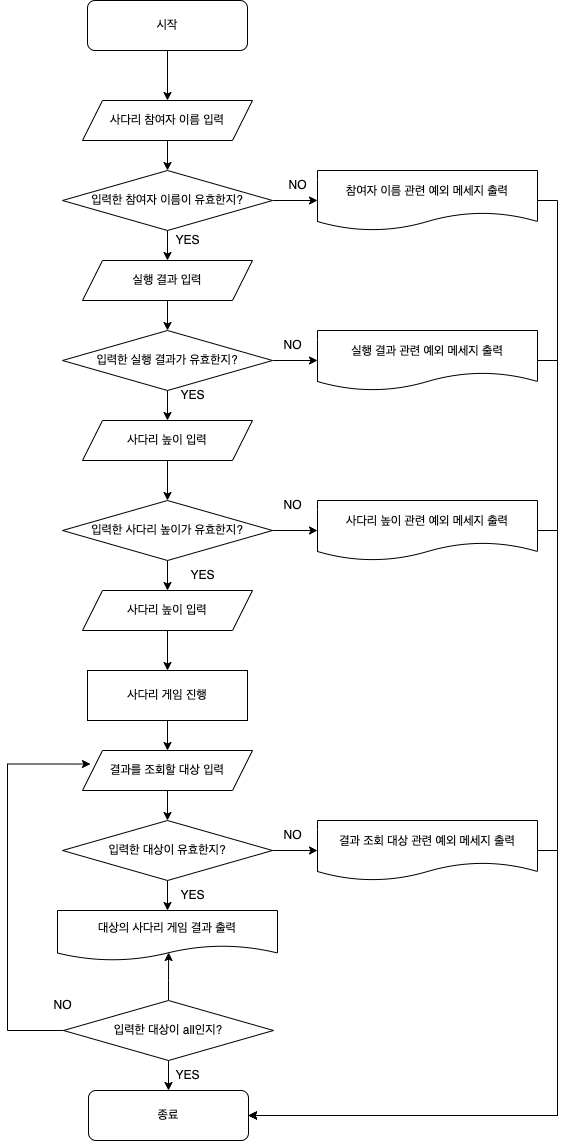
Before: docs/ladder.drawio.png, a diagram exported from draw.io (woowacourse/java-ladder). Source tidied: cells renumbered, new cells last; positions are measured from the earlier drawing's top-left corner, leaving out a move shared by most shapes. Source of this version:
```xml
<mxGraphModel>
  <root>
    <mxCell id="0" />
    <mxCell id="1" parent="0" />
    <mxCell id="2" style="edgeStyle=orthogonalEdgeStyle;rounded=0;jettySize=auto;html=1;exitX=0.5;exitY=1;exitDx=0;exitDy=0;entryX=0.5;entryY=0;entryDx=0;entryDy=0;" parent="1" edge="1" source="3" target="8">
      <mxGeometry relative="1" as="geometry" />
    </mxCell>
    <mxCell id="3" value="시작" style="rounded=1;whiteSpace=wrap;html=1;" parent="1" vertex="1">
      <mxGeometry x="80" width="160" height="50" as="geometry" />
    </mxCell>
    <mxCell id="4" style="edgeStyle=orthogonalEdgeStyle;rounded=0;jettySize=auto;html=1;exitX=1;exitY=0.5;exitDx=0;exitDy=0;entryX=0;entryY=0.5;entryDx=0;entryDy=0;" parent="1" edge="1" source="6" target="40">
      <mxGeometry relative="1" as="geometry" />
    </mxCell>
    <mxCell id="5" style="edgeStyle=orthogonalEdgeStyle;rounded=0;jettySize=auto;html=1;exitX=0.5;exitY=1;exitDx=0;exitDy=0;entryX=0.5;entryY=0;entryDx=0;entryDy=0;" parent="1" edge="1" source="6" target="15">
      <mxGeometry relative="1" as="geometry" />
    </mxCell>
    <mxCell id="6" value="입력한 참여자 이름이 유효한지?" style="rhombus;whiteSpace=wrap;html=1;" parent="1" vertex="1">
      <mxGeometry x="55" y="170" width="210" height="60" as="geometry" />
    </mxCell>
    <mxCell id="7" style="edgeStyle=orthogonalEdgeStyle;rounded=0;jettySize=auto;html=1;exitX=0.5;exitY=1;exitDx=0;exitDy=0;entryX=0.5;entryY=0;entryDx=0;entryDy=0;" parent="1" edge="1" source="8" target="6">
      <mxGeometry relative="1" as="geometry" />
    </mxCell>
    <mxCell id="8" value="사다리 참여자 이름 입력" style="shape=parallelogram;perimeter=parallelogramPerimeter;whiteSpace=wrap;html=1;fixedSize=1;" parent="1" vertex="1">
      <mxGeometry x="75" y="100" width="170" height="40" as="geometry" />
    </mxCell>
    <mxCell id="9" style="edgeStyle=orthogonalEdgeStyle;rounded=0;jettySize=auto;html=1;exitX=0.5;exitY=1;exitDx=0;exitDy=0;" parent="1" edge="1" source="10" target="13">
      <mxGeometry relative="1" as="geometry" />
    </mxCell>
    <mxCell id="10" value="사다리 높이 입력" style="shape=parallelogram;perimeter=parallelogramPerimeter;whiteSpace=wrap;html=1;fixedSize=1;" parent="1" vertex="1">
      <mxGeometry x="75" y="420" width="170" height="40" as="geometry" />
    </mxCell>
    <mxCell id="11" style="edgeStyle=orthogonalEdgeStyle;rounded=0;jettySize=auto;html=1;exitX=1;exitY=0.5;exitDx=0;exitDy=0;entryX=0;entryY=0.5;entryDx=0;entryDy=0;" parent="1" edge="1" source="13" target="34">
      <mxGeometry relative="1" as="geometry" />
    </mxCell>
    <mxCell id="12" style="edgeStyle=orthogonalEdgeStyle;rounded=0;jettySize=auto;html=1;exitX=0.5;exitY=1;exitDx=0;exitDy=0;entryX=0.5;entryY=0;entryDx=0;entryDy=0;" parent="1" edge="1" source="13" target="20">
      <mxGeometry relative="1" as="geometry" />
    </mxCell>
    <mxCell id="13" value="입력한 사다리 높이가 유효한지?" style="rhombus;whiteSpace=wrap;html=1;" parent="1" vertex="1">
      <mxGeometry x="55" y="500" width="210" height="60" as="geometry" />
    </mxCell>
    <mxCell id="14" style="edgeStyle=orthogonalEdgeStyle;rounded=0;jettySize=auto;html=1;exitX=0.5;exitY=1;exitDx=0;exitDy=0;" parent="1" edge="1" source="15" target="18">
      <mxGeometry relative="1" as="geometry" />
    </mxCell>
    <mxCell id="15" value="실행 결과 입력" style="shape=parallelogram;perimeter=parallelogramPerimeter;whiteSpace=wrap;html=1;fixedSize=1;" parent="1" vertex="1">
      <mxGeometry x="75" y="260" width="170" height="40" as="geometry" />
    </mxCell>
    <mxCell id="16" style="edgeStyle=orthogonalEdgeStyle;rounded=0;jettySize=auto;html=1;exitX=0.5;exitY=1;exitDx=0;exitDy=0;entryX=0.5;entryY=0;entryDx=0;entryDy=0;" parent="1" edge="1" source="18" target="10">
      <mxGeometry relative="1" as="geometry" />
    </mxCell>
    <mxCell id="17" style="edgeStyle=orthogonalEdgeStyle;rounded=0;jettySize=auto;html=1;exitX=1;exitY=0.5;exitDx=0;exitDy=0;entryX=0;entryY=0.5;entryDx=0;entryDy=0;" parent="1" edge="1" source="18" target="38">
      <mxGeometry relative="1" as="geometry" />
    </mxCell>
    <mxCell id="18" value="입력한 실행 결과가 유효한지?" style="rhombus;whiteSpace=wrap;html=1;" parent="1" vertex="1">
      <mxGeometry x="55" y="330" width="210" height="60" as="geometry" />
    </mxCell>
    <mxCell id="19" style="edgeStyle=orthogonalEdgeStyle;rounded=0;jettySize=auto;html=1;exitX=0.5;exitY=1;exitDx=0;exitDy=0;entryX=0.5;entryY=0;entryDx=0;entryDy=0;" parent="1" edge="1" source="20" target="25">
      <mxGeometry relative="1" as="geometry" />
    </mxCell>
    <mxCell id="20" value="사다리 높이 입력" style="shape=parallelogram;perimeter=parallelogramPerimeter;whiteSpace=wrap;html=1;fixedSize=1;" parent="1" vertex="1">
      <mxGeometry x="75" y="590" width="170" height="40" as="geometry" />
    </mxCell>
    <mxCell id="21" style="edgeStyle=orthogonalEdgeStyle;rounded=0;jettySize=auto;html=1;exitX=1;exitY=0.5;exitDx=0;exitDy=0;entryX=0;entryY=0.5;entryDx=0;entryDy=0;" parent="1" edge="1" source="23" target="36">
      <mxGeometry relative="1" as="geometry" />
    </mxCell>
    <mxCell id="22" style="edgeStyle=orthogonalEdgeStyle;rounded=0;jettySize=auto;html=1;exitX=0.5;exitY=1;exitDx=0;exitDy=0;entryX=0.5;entryY=0;entryDx=0;entryDy=0;" parent="1" edge="1" source="23" target="45">
      <mxGeometry relative="1" as="geometry" />
    </mxCell>
    <mxCell id="23" value="입력한 대상이 유효한지?" style="rhombus;whiteSpace=wrap;html=1;" parent="1" vertex="1">
      <mxGeometry x="55" y="820" width="210" height="60" as="geometry" />
    </mxCell>
    <mxCell id="24" style="edgeStyle=orthogonalEdgeStyle;rounded=0;jettySize=auto;html=1;exitX=0.5;exitY=1;exitDx=0;exitDy=0;entryX=0.5;entryY=0;entryDx=0;entryDy=0;" parent="1" edge="1" source="25" target="27">
      <mxGeometry relative="1" as="geometry" />
    </mxCell>
    <mxCell id="25" value="사다리 게임 진행" style="rounded=0;whiteSpace=wrap;html=1;" parent="1" vertex="1">
      <mxGeometry x="80" y="670" width="160" height="50" as="geometry" />
    </mxCell>
    <mxCell id="26" style="edgeStyle=orthogonalEdgeStyle;rounded=0;jettySize=auto;html=1;exitX=0.5;exitY=1;exitDx=0;exitDy=0;" parent="1" edge="1" source="27" target="23">
      <mxGeometry relative="1" as="geometry" />
    </mxCell>
    <mxCell id="27" value="결과를 조회할 대상 입력" style="shape=parallelogram;perimeter=parallelogramPerimeter;whiteSpace=wrap;html=1;fixedSize=1;" parent="1" vertex="1">
      <mxGeometry x="75" y="750" width="170" height="40" as="geometry" />
    </mxCell>
    <mxCell id="28" style="edgeStyle=orthogonalEdgeStyle;rounded=0;jettySize=auto;html=1;exitX=0.5;exitY=0;exitDx=0;exitDy=0;entryX=0.505;entryY=0.84;entryDx=0;entryDy=0;entryPerimeter=0;" parent="1" edge="1" source="31" target="45">
      <mxGeometry relative="1" as="geometry" />
    </mxCell>
    <mxCell id="29" style="edgeStyle=orthogonalEdgeStyle;rounded=0;jettySize=auto;html=1;exitX=0.5;exitY=1;exitDx=0;exitDy=0;entryX=0.5;entryY=0;entryDx=0;entryDy=0;" parent="1" edge="1" source="31" target="32">
      <mxGeometry relative="1" as="geometry" />
    </mxCell>
    <mxCell id="30" style="edgeStyle=orthogonalEdgeStyle;rounded=0;jettySize=auto;html=1;exitX=0;exitY=0.5;exitDx=0;exitDy=0;entryX=0.047;entryY=0.338;entryDx=0;entryDy=0;entryPerimeter=0;" parent="1" edge="1" source="31" target="27">
      <mxGeometry relative="1" as="geometry">
        <Array as="points">
          <mxPoint y="1030" />
          <mxPoint y="764" />
        </Array>
      </mxGeometry>
    </mxCell>
    <mxCell id="31" value="입력한 대상이 all인지?" style="rhombus;whiteSpace=wrap;html=1;" parent="1" vertex="1">
      <mxGeometry x="56" y="1000" width="210" height="60" as="geometry" />
    </mxCell>
    <mxCell id="32" value="종료" style="rounded=1;whiteSpace=wrap;html=1;" parent="1" vertex="1">
      <mxGeometry x="81" y="1090" width="160" height="50" as="geometry" />
    </mxCell>
    <mxCell id="33" style="edgeStyle=orthogonalEdgeStyle;rounded=0;jettySize=auto;html=1;exitX=1;exitY=0.5;exitDx=0;exitDy=0;entryX=1;entryY=0.5;entryDx=0;entryDy=0;" parent="1" edge="1" source="34" target="32">
      <mxGeometry relative="1" as="geometry" />
    </mxCell>
    <mxCell id="34" value="사다리 높이 관련 예외 메세지 출력" style="shape=document;whiteSpace=wrap;html=1;boundedLbl=1;" parent="1" vertex="1">
      <mxGeometry x="310" y="500" width="220" height="60" as="geometry" />
    </mxCell>
    <mxCell id="35" style="edgeStyle=orthogonalEdgeStyle;rounded=0;jettySize=auto;html=1;exitX=1;exitY=0.5;exitDx=0;exitDy=0;entryX=1;entryY=0.5;entryDx=0;entryDy=0;" parent="1" edge="1" source="36" target="32">
      <mxGeometry relative="1" as="geometry" />
    </mxCell>
    <mxCell id="36" value="결과 조회 대상 관련 예외 메세지 출력" style="shape=document;whiteSpace=wrap;html=1;boundedLbl=1;" parent="1" vertex="1">
      <mxGeometry x="310" y="820" width="220" height="60" as="geometry" />
    </mxCell>
    <mxCell id="37" style="edgeStyle=orthogonalEdgeStyle;rounded=0;jettySize=auto;html=1;exitX=1;exitY=0.5;exitDx=0;exitDy=0;entryX=1;entryY=0.5;entryDx=0;entryDy=0;" parent="1" edge="1" source="38" target="32">
      <mxGeometry relative="1" as="geometry" />
    </mxCell>
    <mxCell id="38" value="실행 결과 관련 예외 메세지 출력" style="shape=document;whiteSpace=wrap;html=1;boundedLbl=1;" parent="1" vertex="1">
      <mxGeometry x="310" y="330" width="220" height="60" as="geometry" />
    </mxCell>
    <mxCell id="39" style="edgeStyle=orthogonalEdgeStyle;rounded=0;jettySize=auto;html=1;exitX=1;exitY=0.5;exitDx=0;exitDy=0;entryX=1;entryY=0.5;entryDx=0;entryDy=0;" parent="1" edge="1" source="40" target="32">
      <mxGeometry relative="1" as="geometry" />
    </mxCell>
    <mxCell id="40" value="참여자 이름 관련 예외 메세지 출력" style="shape=document;whiteSpace=wrap;html=1;boundedLbl=1;" parent="1" vertex="1">
      <mxGeometry x="310" y="170" width="220" height="60" as="geometry" />
    </mxCell>
    <mxCell id="41" value="NO" style="text;html=1;align=center;verticalAlign=middle;strokeColor=none;fillColor=none;" parent="1" vertex="1">
      <mxGeometry x="270" y="170" width="40" height="30" as="geometry" />
    </mxCell>
    <mxCell id="42" value="YES" style="text;html=1;align=center;verticalAlign=middle;strokeColor=none;fillColor=none;" parent="1" vertex="1">
      <mxGeometry x="155" y="225" width="50" height="30" as="geometry" />
    </mxCell>
    <mxCell id="43" value="NO" style="text;html=1;align=center;verticalAlign=middle;strokeColor=none;fillColor=none;" parent="1" vertex="1">
      <mxGeometry x="265" y="330" width="40" height="30" as="geometry" />
    </mxCell>
    <mxCell id="44" value="YES" style="text;html=1;align=center;verticalAlign=middle;strokeColor=none;fillColor=none;" parent="1" vertex="1">
      <mxGeometry x="160" y="380" width="50" height="30" as="geometry" />
    </mxCell>
    <mxCell id="45" value="대상의 사다리 게임 결과 출력" style="shape=document;whiteSpace=wrap;html=1;boundedLbl=1;" parent="1" vertex="1">
      <mxGeometry x="50" y="910" width="220" height="50" as="geometry" />
    </mxCell>
    <mxCell id="46" value="YES" style="text;html=1;align=center;verticalAlign=middle;strokeColor=none;fillColor=none;" parent="1" vertex="1">
      <mxGeometry x="170" y="560" width="50" height="30" as="geometry" />
    </mxCell>
    <mxCell id="47" value="NO" style="text;html=1;align=center;verticalAlign=middle;strokeColor=none;fillColor=none;" parent="1" vertex="1">
      <mxGeometry x="265" y="490" width="40" height="30" as="geometry" />
    </mxCell>
    <mxCell id="48" value="NO" style="text;html=1;align=center;verticalAlign=middle;strokeColor=none;fillColor=none;" parent="1" vertex="1">
      <mxGeometry x="265" y="820" width="40" height="30" as="geometry" />
    </mxCell>
    <mxCell id="49" value="YES" style="text;html=1;align=center;verticalAlign=middle;strokeColor=none;fillColor=none;" parent="1" vertex="1">
      <mxGeometry x="155" y="1060" width="50" height="30" as="geometry" />
    </mxCell>
    <mxCell id="50" value="NO" style="text;html=1;align=center;verticalAlign=middle;strokeColor=none;fillColor=none;" parent="1" vertex="1">
      <mxGeometry x="35" y="990" width="40" height="30" as="geometry" />
    </mxCell>
    <mxCell id="51" value="YES" style="text;html=1;align=center;verticalAlign=middle;strokeColor=none;fillColor=none;" parent="1" vertex="1">
      <mxGeometry x="160" y="880" width="50" height="30" as="geometry" />
    </mxCell>
  </root>
</mxGraphModel>
```
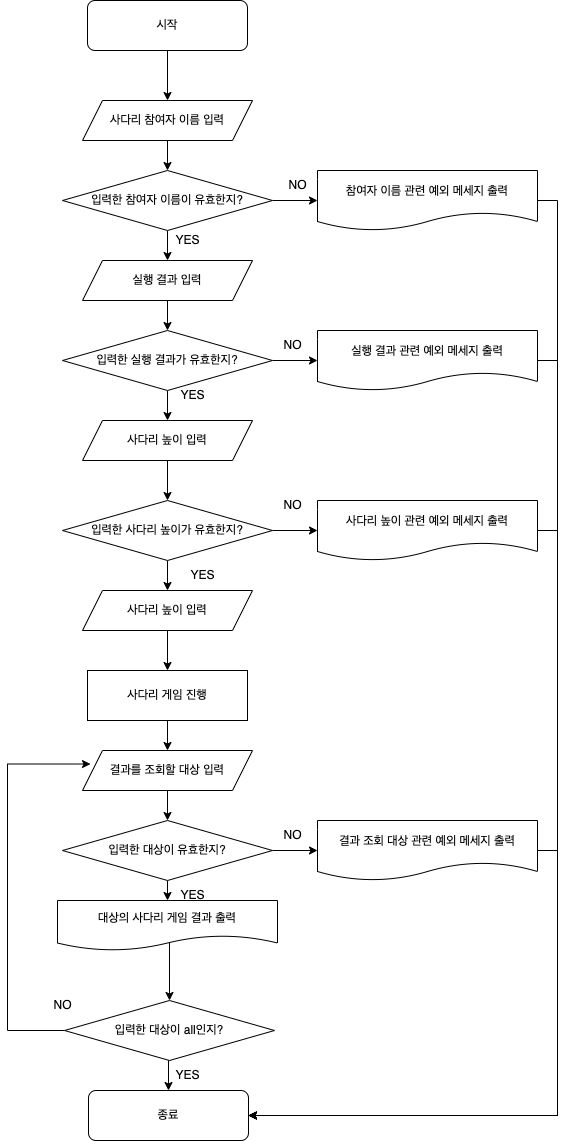
Later version of the same file.

Commit message:
docs: 잘못된 Flow Chart 수정

What changed in the source:
```diff
@@ -80,9 +80,6 @@
     <mxCell id="27" value="결과를 조회할 대상 입력" style="shape=parallelogram;perimeter=parallelogramPerimeter;whiteSpace=wrap;html=1;fixedSize=1;" parent="1" vertex="1">
       <mxGeometry x="75" y="750" width="170" height="40" as="geometry" />
     </mxCell>
-    <mxCell id="28" style="edgeStyle=orthogonalEdgeStyle;rounded=0;jettySize=auto;html=1;exitX=0.5;exitY=0;exitDx=0;exitDy=0;entryX=0.505;entryY=0.84;entryDx=0;entryDy=0;entryPerimeter=0;" parent="1" edge="1" source="31" target="45">
-      <mxGeometry relative="1" as="geometry" />
-    </mxCell>
     <mxCell id="29" style="edgeStyle=orthogonalEdgeStyle;rounded=0;jettySize=auto;html=1;exitX=0.5;exitY=1;exitDx=0;exitDy=0;entryX=0.5;entryY=0;entryDx=0;entryDy=0;" parent="1" edge="1" source="31" target="32">
       <mxGeometry relative="1" as="geometry" />
     </mxCell>
@@ -94,8 +91,11 @@
         </Array>
       </mxGeometry>
     </mxCell>
+    <mxCell id="52" style="edgeStyle=orthogonalEdgeStyle;rounded=0;jettySize=auto;html=1;entryX=0.5;entryY=0;entryDx=0;entryDy=0;exitX=0.509;exitY=0.85;exitDx=0;exitDy=0;exitPerimeter=0;" parent="1" edge="1" source="45" target="31">
+      <mxGeometry relative="1" as="geometry" />
+    </mxCell>
     <mxCell id="31" value="입력한 대상이 all인지?" style="rhombus;whiteSpace=wrap;html=1;" parent="1" vertex="1">
-      <mxGeometry x="56" y="1000" width="210" height="60" as="geometry" />
+      <mxGeometry x="57" y="1000" width="210" height="60" as="geometry" />
     </mxCell>
     <mxCell id="32" value="종료" style="rounded=1;whiteSpace=wrap;html=1;" parent="1" vertex="1">
       <mxGeometry x="81" y="1090" width="160" height="50" as="geometry" />
@@ -137,7 +137,7 @@
       <mxGeometry x="160" y="380" width="50" height="30" as="geometry" />
     </mxCell>
     <mxCell id="45" value="대상의 사다리 게임 결과 출력" style="shape=document;whiteSpace=wrap;html=1;boundedLbl=1;" parent="1" vertex="1">
-      <mxGeometry x="50" y="910" width="220" height="50" as="geometry" />
+      <mxGeometry x="50" y="900" width="220" height="50" as="geometry" />
     </mxCell>
     <mxCell id="46" value="YES" style="text;html=1;align=center;verticalAlign=middle;strokeColor=none;fillColor=none;" parent="1" vertex="1">
       <mxGeometry x="170" y="560" width="50" height="30" as="geometry" />
```
